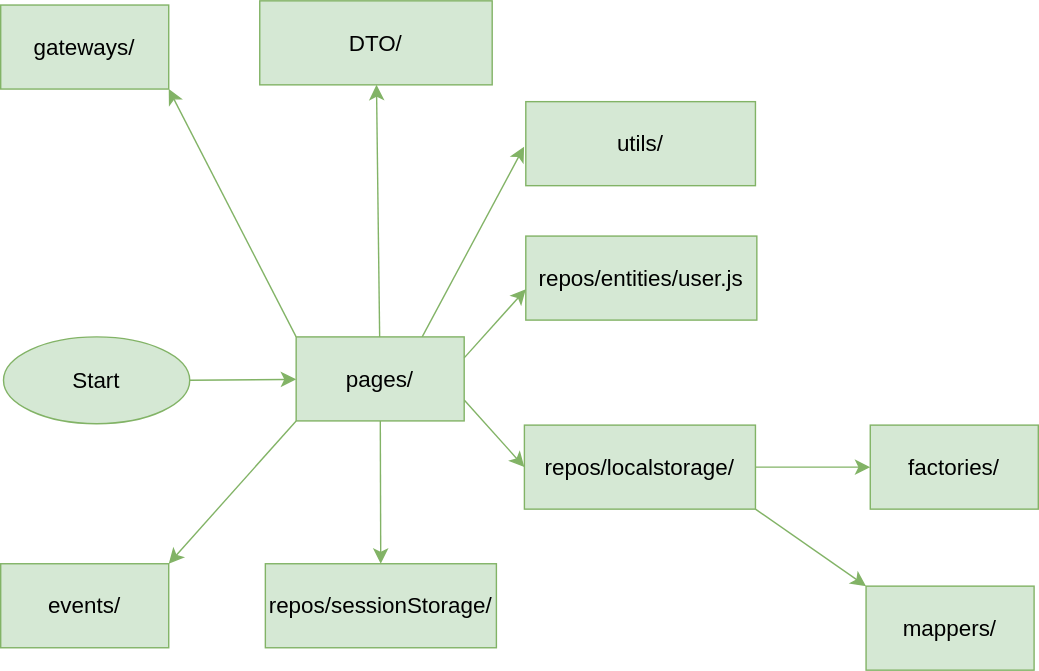
Above: docs/img/EstruturaDoProjeto.svg in ICEI-PUC-Minas-PMV-SI/pmv-si-2023-2-pe1-t2-senectus (draw.io), before the change. Source tidied: cells renumbered, new cells last; positions are measured from the earlier drawing's top-left corner, leaving out a move shared by most shapes. The source it was exported from:
```xml
<mxGraphModel>
  <root>
    <mxCell id="0" />
    <mxCell id="1" parent="0" />
    <mxCell id="2" style="edgeStyle=none;curved=1;rounded=0;jettySize=auto;html=1;fontSize=12;startSize=8;endSize=8;fillColor=#d5e8d4;strokeColor=#82b366;" parent="1" edge="1" source="3" target="10">
      <mxGeometry relative="1" as="geometry" />
    </mxCell>
    <mxCell id="3" value="Start" style="ellipse;whiteSpace=wrap;html=1;fontSize=16;fillColor=#d5e8d4;strokeColor=#82b366;" parent="1" vertex="1">
      <mxGeometry x="2" y="240" width="133" height="62" as="geometry" />
    </mxCell>
    <mxCell id="4" style="edgeStyle=none;curved=1;rounded=0;jettySize=auto;html=1;exitX=1;exitY=0.75;exitDx=0;exitDy=0;entryX=0;entryY=0.5;entryDx=0;entryDy=0;fontSize=12;startSize=8;endSize=8;fillColor=#d5e8d4;strokeColor=#82b366;" parent="1" edge="1" source="10" target="15">
      <mxGeometry relative="1" as="geometry" />
    </mxCell>
    <mxCell id="5" style="edgeStyle=none;curved=1;rounded=0;jettySize=auto;html=1;exitX=0.75;exitY=0;exitDx=0;exitDy=0;fontSize=12;startSize=8;endSize=8;fillColor=#d5e8d4;strokeColor=#82b366;" parent="1" edge="1" source="10">
      <mxGeometry relative="1" as="geometry">
        <mxPoint x="373.8" y="104.2" as="targetPoint" />
      </mxGeometry>
    </mxCell>
    <mxCell id="6" style="edgeStyle=none;curved=1;rounded=0;jettySize=auto;html=1;fontSize=12;startSize=8;endSize=8;fillColor=#d5e8d4;strokeColor=#82b366;" parent="1" edge="1" source="10" target="17">
      <mxGeometry relative="1" as="geometry" />
    </mxCell>
    <mxCell id="7" style="edgeStyle=none;curved=1;rounded=0;jettySize=auto;html=1;fontSize=12;startSize=8;endSize=8;fillColor=#d5e8d4;strokeColor=#82b366;" parent="1" edge="1" source="10" target="16">
      <mxGeometry relative="1" as="geometry" />
    </mxCell>
    <mxCell id="8" style="edgeStyle=none;curved=1;rounded=0;jettySize=auto;html=1;exitX=0;exitY=1;exitDx=0;exitDy=0;entryX=1;entryY=0;entryDx=0;entryDy=0;fontSize=12;startSize=8;endSize=8;fillColor=#d5e8d4;strokeColor=#82b366;" parent="1" edge="1" source="10" target="20">
      <mxGeometry relative="1" as="geometry" />
    </mxCell>
    <mxCell id="9" style="edgeStyle=none;curved=1;rounded=0;jettySize=auto;html=1;exitX=0;exitY=0;exitDx=0;exitDy=0;entryX=1;entryY=1;entryDx=0;entryDy=0;fontSize=12;startSize=8;endSize=8;fillColor=#d5e8d4;strokeColor=#82b366;" parent="1" edge="1" source="10" target="18">
      <mxGeometry relative="1" as="geometry" />
    </mxCell>
    <mxCell id="10" value="pages/" style="rounded=0;whiteSpace=wrap;html=1;fontSize=16;fillColor=#d5e8d4;strokeColor=#82b366;" parent="1" vertex="1">
      <mxGeometry x="211" y="240" width="120" height="60" as="geometry" />
    </mxCell>
    <mxCell id="11" value="utils/" style="rounded=0;whiteSpace=wrap;html=1;fontSize=16;fillColor=#d5e8d4;strokeColor=#82b366;" parent="1" vertex="1">
      <mxGeometry x="375" y="72" width="164" height="60" as="geometry" />
    </mxCell>
    <mxCell id="12" value="repos/entities/user.js" style="rounded=0;whiteSpace=wrap;html=1;fontSize=16;fillColor=#d5e8d4;strokeColor=#82b366;" parent="1" vertex="1">
      <mxGeometry x="375" y="168" width="165" height="60" as="geometry" />
    </mxCell>
    <mxCell id="13" style="edgeStyle=none;curved=1;rounded=0;jettySize=auto;html=1;fontSize=12;startSize=8;endSize=8;fillColor=#d5e8d4;strokeColor=#82b366;" parent="1" edge="1" source="15" target="19">
      <mxGeometry relative="1" as="geometry" />
    </mxCell>
    <mxCell id="14" style="edgeStyle=none;curved=1;rounded=0;jettySize=auto;html=1;exitX=1;exitY=1;exitDx=0;exitDy=0;entryX=0;entryY=0;entryDx=0;entryDy=0;fontSize=12;startSize=8;endSize=8;fillColor=#d5e8d4;strokeColor=#82b366;" parent="1" edge="1" source="15" target="22">
      <mxGeometry relative="1" as="geometry" />
    </mxCell>
    <mxCell id="15" value="repos/localstorage/" style="rounded=0;whiteSpace=wrap;html=1;fontSize=16;fillColor=#d5e8d4;strokeColor=#82b366;" parent="1" vertex="1">
      <mxGeometry x="374" y="303" width="165" height="60" as="geometry" />
    </mxCell>
    <mxCell id="16" value="repos/sessionStorage/" style="rounded=0;whiteSpace=wrap;html=1;fontSize=16;fillColor=#d5e8d4;strokeColor=#82b366;" parent="1" vertex="1">
      <mxGeometry x="189" y="402" width="165" height="60" as="geometry" />
    </mxCell>
    <mxCell id="17" value="DTO/" style="rounded=0;whiteSpace=wrap;html=1;fontSize=16;fillColor=#d5e8d4;strokeColor=#82b366;" parent="1" vertex="1">
      <mxGeometry x="185" width="166" height="60" as="geometry" />
    </mxCell>
    <mxCell id="18" value="gateways/" style="rounded=0;whiteSpace=wrap;html=1;fontSize=16;fillColor=#d5e8d4;strokeColor=#82b366;" parent="1" vertex="1">
      <mxGeometry y="3" width="120" height="60" as="geometry" />
    </mxCell>
    <mxCell id="19" value="factories/" style="rounded=0;whiteSpace=wrap;html=1;fontSize=16;fillColor=#d5e8d4;strokeColor=#82b366;" parent="1" vertex="1">
      <mxGeometry x="621" y="303" width="120" height="60" as="geometry" />
    </mxCell>
    <mxCell id="20" value="events/" style="rounded=0;whiteSpace=wrap;html=1;fontSize=16;fillColor=#d5e8d4;strokeColor=#82b366;" parent="1" vertex="1">
      <mxGeometry y="402" width="120" height="60" as="geometry" />
    </mxCell>
    <mxCell id="21" style="edgeStyle=none;curved=1;rounded=0;jettySize=auto;html=1;exitX=1;exitY=0.25;exitDx=0;exitDy=0;entryX=0;entryY=0.633;entryDx=0;entryDy=0;entryPerimeter=0;fontSize=12;startSize=8;endSize=8;fillColor=#d5e8d4;strokeColor=#82b366;" parent="1" edge="1" source="10" target="12">
      <mxGeometry relative="1" as="geometry" />
    </mxCell>
    <mxCell id="22" value="mappers/" style="rounded=0;whiteSpace=wrap;html=1;fontSize=16;fillColor=#d5e8d4;strokeColor=#82b366;" parent="1" vertex="1">
      <mxGeometry x="618" y="418" width="120" height="60" as="geometry" />
    </mxCell>
  </root>
</mxGraphModel>
```
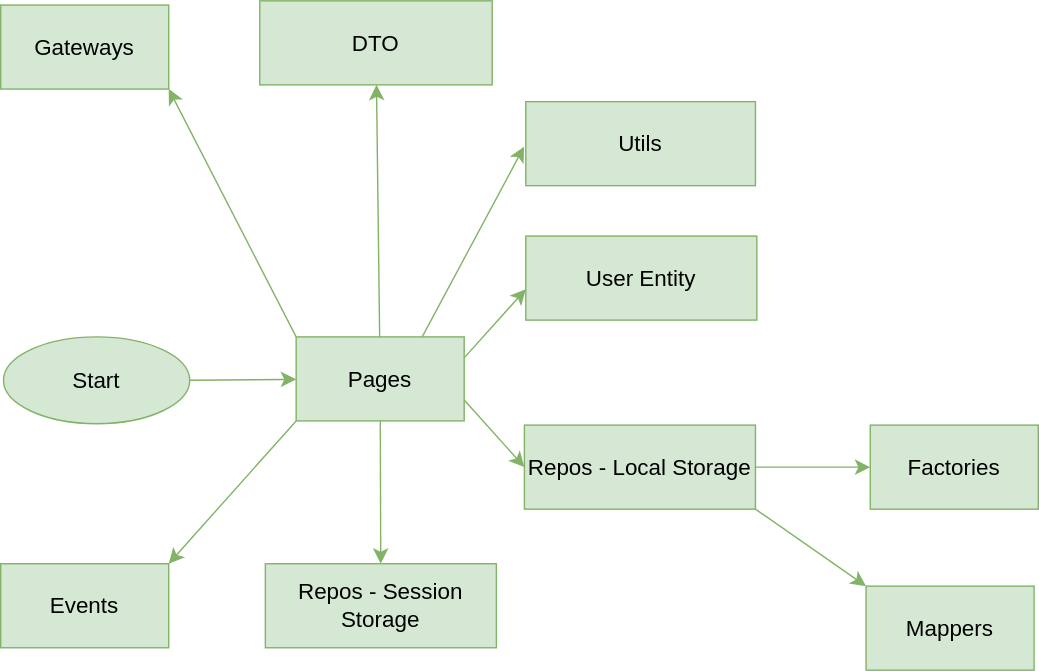
The same file after the commit.

The edit, as a diff of the source:
```diff
@@ -28,13 +28,13 @@
     <mxCell id="9" style="edgeStyle=none;curved=1;rounded=0;jettySize=auto;html=1;exitX=0;exitY=0;exitDx=0;exitDy=0;entryX=1;entryY=1;entryDx=0;entryDy=0;fontSize=12;startSize=8;endSize=8;fillColor=#d5e8d4;strokeColor=#82b366;" parent="1" edge="1" source="10" target="18">
       <mxGeometry relative="1" as="geometry" />
     </mxCell>
-    <mxCell id="10" value="pages/" style="rounded=0;whiteSpace=wrap;html=1;fontSize=16;fillColor=#d5e8d4;strokeColor=#82b366;" parent="1" vertex="1">
+    <mxCell id="10" value="Pages" style="rounded=0;whiteSpace=wrap;html=1;fontSize=16;fillColor=#d5e8d4;strokeColor=#82b366;" parent="1" vertex="1">
       <mxGeometry x="211" y="240" width="120" height="60" as="geometry" />
     </mxCell>
-    <mxCell id="11" value="utils/" style="rounded=0;whiteSpace=wrap;html=1;fontSize=16;fillColor=#d5e8d4;strokeColor=#82b366;" parent="1" vertex="1">
+    <mxCell id="11" value="Utils" style="rounded=0;whiteSpace=wrap;html=1;fontSize=16;fillColor=#d5e8d4;strokeColor=#82b366;" parent="1" vertex="1">
       <mxGeometry x="375" y="72" width="164" height="60" as="geometry" />
     </mxCell>
-    <mxCell id="12" value="repos/entities/user.js" style="rounded=0;whiteSpace=wrap;html=1;fontSize=16;fillColor=#d5e8d4;strokeColor=#82b366;" parent="1" vertex="1">
+    <mxCell id="12" value="User Entity" style="rounded=0;whiteSpace=wrap;html=1;fontSize=16;fillColor=#d5e8d4;strokeColor=#82b366;" parent="1" vertex="1">
       <mxGeometry x="375" y="168" width="165" height="60" as="geometry" />
     </mxCell>
     <mxCell id="13" style="edgeStyle=none;curved=1;rounded=0;jettySize=auto;html=1;fontSize=12;startSize=8;endSize=8;fillColor=#d5e8d4;strokeColor=#82b366;" parent="1" edge="1" source="15" target="19">
@@ -43,28 +43,28 @@
     <mxCell id="14" style="edgeStyle=none;curved=1;rounded=0;jettySize=auto;html=1;exitX=1;exitY=1;exitDx=0;exitDy=0;entryX=0;entryY=0;entryDx=0;entryDy=0;fontSize=12;startSize=8;endSize=8;fillColor=#d5e8d4;strokeColor=#82b366;" parent="1" edge="1" source="15" target="22">
       <mxGeometry relative="1" as="geometry" />
     </mxCell>
-    <mxCell id="15" value="repos/localstorage/" style="rounded=0;whiteSpace=wrap;html=1;fontSize=16;fillColor=#d5e8d4;strokeColor=#82b366;" parent="1" vertex="1">
+    <mxCell id="15" value="Repos Local Storage" style="rounded=0;whiteSpace=wrap;html=1;fontSize=16;fillColor=#d5e8d4;strokeColor=#82b366;" parent="1" vertex="1">
       <mxGeometry x="374" y="303" width="165" height="60" as="geometry" />
     </mxCell>
-    <mxCell id="16" value="repos/sessionStorage/" style="rounded=0;whiteSpace=wrap;html=1;fontSize=16;fillColor=#d5e8d4;strokeColor=#82b366;" parent="1" vertex="1">
+    <mxCell id="16" value="Repos - Session Storage" style="rounded=0;whiteSpace=wrap;html=1;fontSize=16;fillColor=#d5e8d4;strokeColor=#82b366;" parent="1" vertex="1">
       <mxGeometry x="189" y="402" width="165" height="60" as="geometry" />
     </mxCell>
-    <mxCell id="17" value="DTO/" style="rounded=0;whiteSpace=wrap;html=1;fontSize=16;fillColor=#d5e8d4;strokeColor=#82b366;" parent="1" vertex="1">
+    <mxCell id="17" value="DTO" style="rounded=0;whiteSpace=wrap;html=1;fontSize=16;fillColor=#d5e8d4;strokeColor=#82b366;" parent="1" vertex="1">
       <mxGeometry x="185" width="166" height="60" as="geometry" />
     </mxCell>
-    <mxCell id="18" value="gateways/" style="rounded=0;whiteSpace=wrap;html=1;fontSize=16;fillColor=#d5e8d4;strokeColor=#82b366;" parent="1" vertex="1">
+    <mxCell id="18" value="Gateways" style="rounded=0;whiteSpace=wrap;html=1;fontSize=16;fillColor=#d5e8d4;strokeColor=#82b366;" parent="1" vertex="1">
       <mxGeometry y="3" width="120" height="60" as="geometry" />
     </mxCell>
-    <mxCell id="19" value="factories/" style="rounded=0;whiteSpace=wrap;html=1;fontSize=16;fillColor=#d5e8d4;strokeColor=#82b366;" parent="1" vertex="1">
+    <mxCell id="19" value="Factories" style="rounded=0;whiteSpace=wrap;html=1;fontSize=16;fillColor=#d5e8d4;strokeColor=#82b366;" parent="1" vertex="1">
       <mxGeometry x="621" y="303" width="120" height="60" as="geometry" />
     </mxCell>
-    <mxCell id="20" value="events/" style="rounded=0;whiteSpace=wrap;html=1;fontSize=16;fillColor=#d5e8d4;strokeColor=#82b366;" parent="1" vertex="1">
+    <mxCell id="20" value="Events" style="rounded=0;whiteSpace=wrap;html=1;fontSize=16;fillColor=#d5e8d4;strokeColor=#82b366;" parent="1" vertex="1">
       <mxGeometry y="402" width="120" height="60" as="geometry" />
     </mxCell>
     <mxCell id="21" style="edgeStyle=none;curved=1;rounded=0;jettySize=auto;html=1;exitX=1;exitY=0.25;exitDx=0;exitDy=0;entryX=0;entryY=0.633;entryDx=0;entryDy=0;entryPerimeter=0;fontSize=12;startSize=8;endSize=8;fillColor=#d5e8d4;strokeColor=#82b366;" parent="1" edge="1" source="10" target="12">
       <mxGeometry relative="1" as="geometry" />
     </mxCell>
-    <mxCell id="22" value="mappers/" style="rounded=0;whiteSpace=wrap;html=1;fontSize=16;fillColor=#d5e8d4;strokeColor=#82b366;" parent="1" vertex="1">
+    <mxCell id="22" value="Mappers" style="rounded=0;whiteSpace=wrap;html=1;fontSize=16;fillColor=#d5e8d4;strokeColor=#82b366;" parent="1" vertex="1">
       <mxGeometry x="618" y="418" width="120" height="60" as="geometry" />
     </mxCell>
   </root>
```
